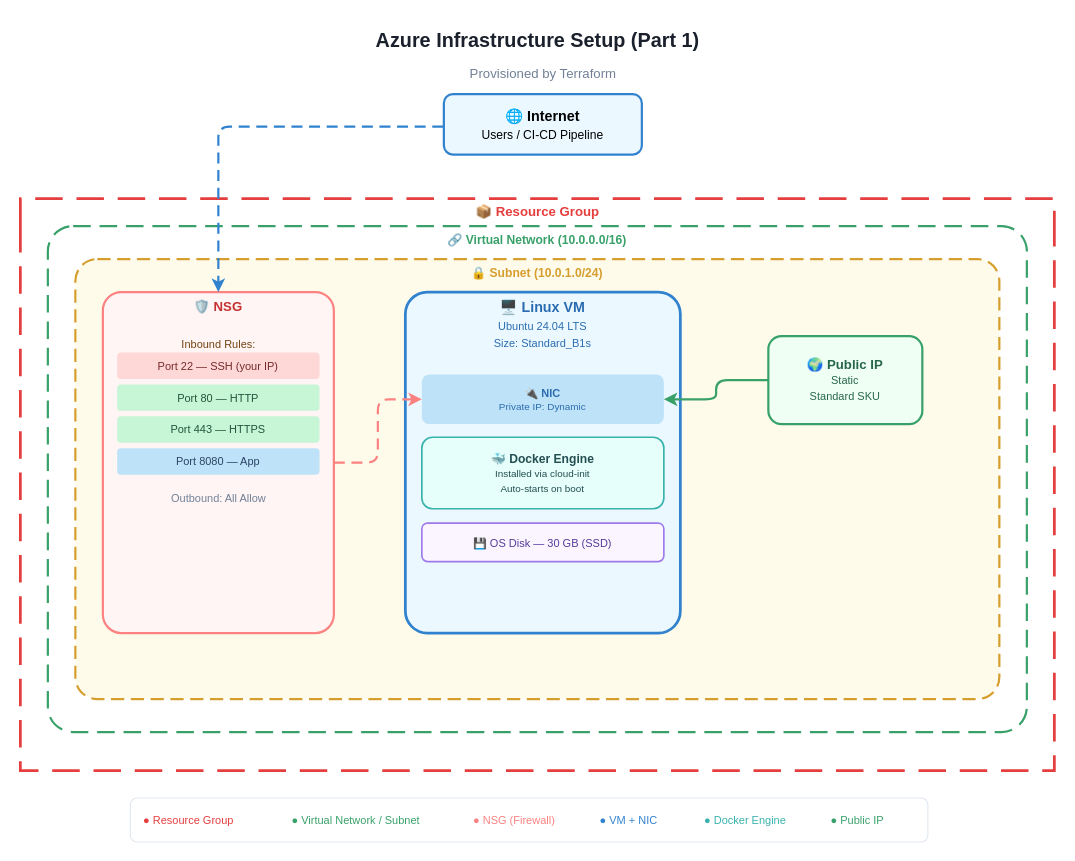
The draw.io diagram Terraform/architecture-diagram.drawio in AbdulMateenzwl/Networking-CA, before the edit. Source tidied: cells renumbered, new cells numbered last; positions are measured from the earlier drawing's top-left corner, leaving out a move shared by most shapes. Both pictures are drawn from the tidied source at 110%, with x=0, y=0 at pixel (20, 19).
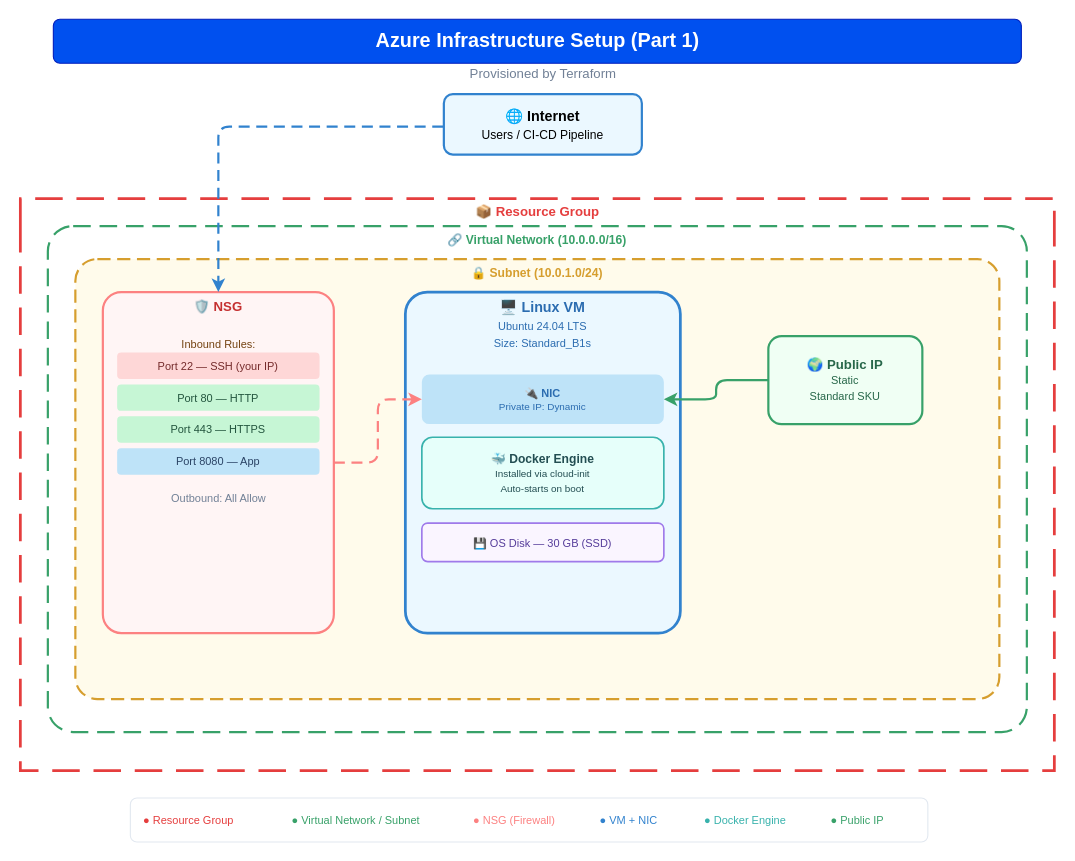
The same diagram, later.

Change to the diagram source:
```diff
@@
-    <mxCell id="2" value="Azure Infrastructure Setup (Part 1)" style="text;html=1;align=center;verticalAlign=middle;strokeColor=none;fillColor=none;fontSize=18;fontStyle=1;fontColor=#1A202C;" parent="1" vertex="1">
-      <mxGeometry x="320" width="300" height="40" as="geometry" />
+    <mxCell id="2" value="&amp;nbsp; &amp;nbsp; &amp;nbsp; &amp;nbsp; &amp;nbsp; &amp;nbsp; &amp;nbsp; &amp;nbsp; &amp;nbsp; &amp;nbsp; &amp;nbsp; &amp;nbsp; &amp;nbsp; &amp;nbsp; &amp;nbsp; &amp;nbsp; &amp;nbsp; &amp;nbsp; &amp;nbsp; &amp;nbsp; &amp;nbsp; &amp;nbsp; &amp;nbsp;&lt;span style=&quot;background-color: transparent; color: light-dark(rgb(255, 255, 255), rgb(18, 18, 18));&quot;&gt;&amp;nbsp; &amp;nbsp; &amp;nbsp; &amp;nbsp; &amp;nbsp; &amp;nbsp; &amp;nbsp;&lt;/span&gt;&lt;span style=&quot;background-color: transparent; color: light-dark(rgb(255, 255, 255), rgb(18, 18, 18));&quot;&gt;Azure Infrastructure Setup (Part 1)&amp;nbsp; &amp;nbsp; &amp;nbsp; &amp;nbsp; &amp;nbsp; &amp;nbsp; &amp;nbsp; &amp;nbsp; &amp;nbsp; &amp;nbsp; &amp;nbsp; &amp;nbsp; &amp;nbsp; &amp;nbsp; &amp;nbsp; &amp;nbsp; &amp;nbsp; &amp;nbsp; &amp;nbsp; &amp;nbsp; &amp;nbsp; &amp;nbsp; &amp;nbsp; &amp;nbsp; &amp;nbsp; &amp;nbsp; &amp;nbsp; &amp;nbsp; &amp;nbsp;&amp;nbsp;&lt;/span&gt;" style="text;html=1;align=center;verticalAlign=middle;strokeColor=#001DBC;fillColor=#0050ef;fontSize=18;fontStyle=1;fontColor=#ffffff;rounded=1;imageWidth=37;" parent="1" vertex="1">
+      <mxGeometry x="30" width="880" height="40" as="geometry" />
     </mxCell>
```
